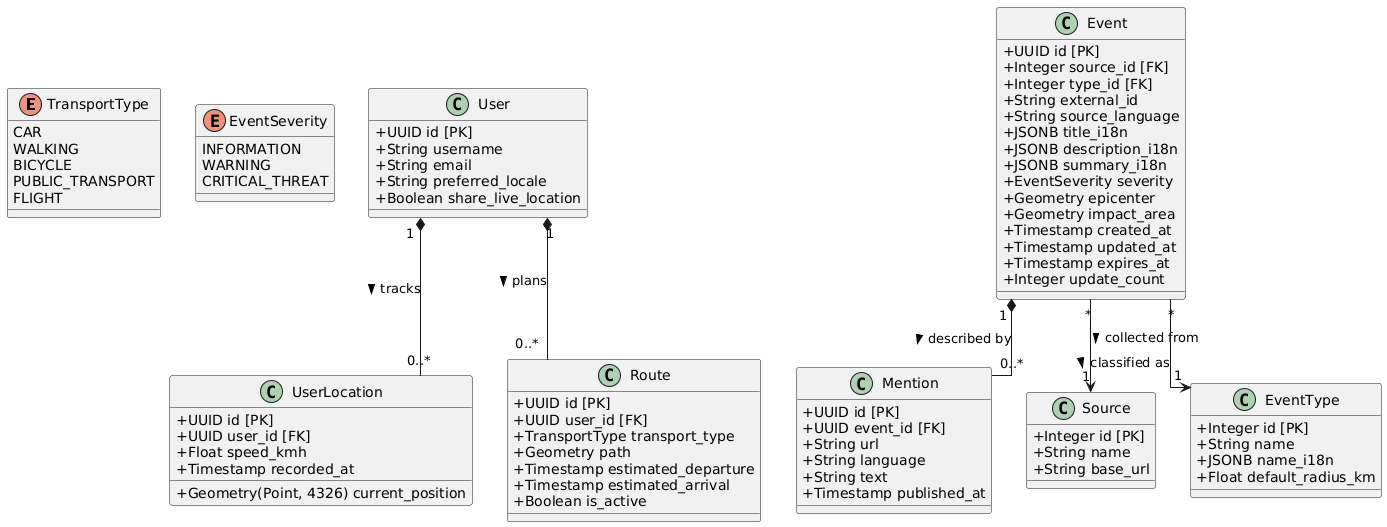
Before: report/picture/diagramm/class_diagramm.png, a diagram exported from PlantUML (kovvvalskii/diploma-report).
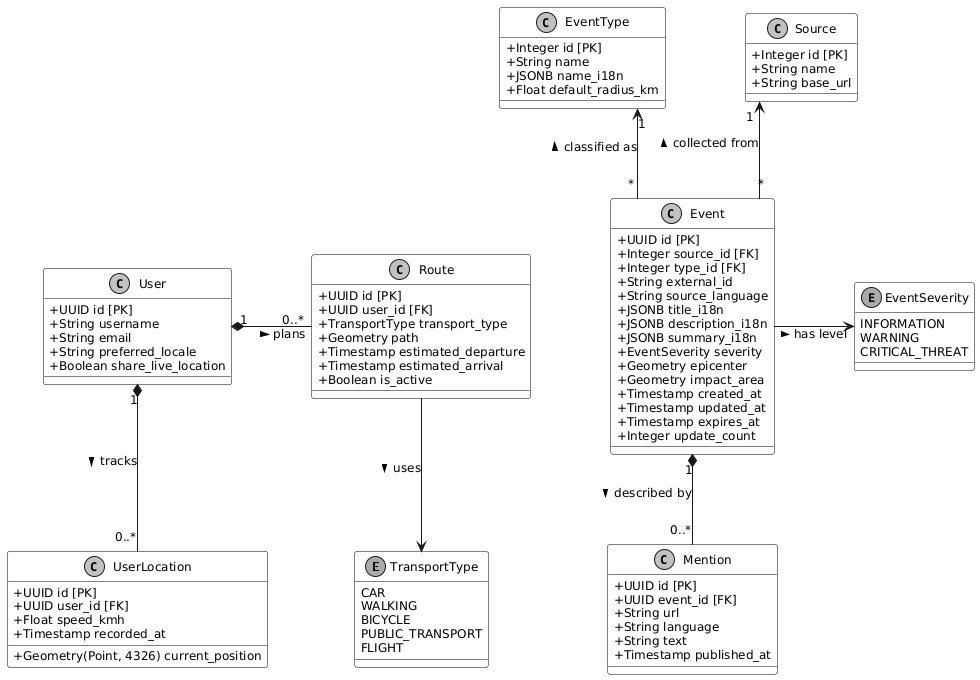
After the commit.

Diff of the diagram source:
```diff
@@ -1,6 +1,18 @@
 @startuml class_diagramm
 skinparam classAttributeIconSize 0
 skinparam linetype ortho
+skinparam monochrome true
+skinparam shadowing false
+skinparam defaultFontName "Verdana"
+skinparam defaultFontSize 12
+
+skinparam nodesep 80
+skinparam ranksep 90
+
+skinparam ClassBackgroundColor white
+skinparam EnumBackgroundColor white
+skinparam ClassBorderColor black
+skinparam EnumBorderColor black
 
 enum "TransportType" as TransportType {
   CAR
@@ -82,10 +94,15 @@
   + Float default_radius_km
 }
 
-User "1" *-- "0..*" Route : plans >
-User "1" *-- "0..*" UserLocation : tracks >
-Event "*" --> "1" Source : collected from >
-Event "*" --> "1" EventType : classified as >
-Event "1" *-- "0..*" Mention : described by >
+User "1" *-right- "0..*" Route : plans >
+User "1" *-down- "0..*" UserLocation : tracks >
+Route -down-> TransportType : uses >
+
+Event "*" -up-> "1" Source : collected from >
+Event "*" -up-> "1" EventType : classified as >
+Event "1" *-down- "0..*" Mention : described by >
+Event -right-> EventSeverity : has level >
+
+Route -[hidden]right- Event
 
 @enduml
```
